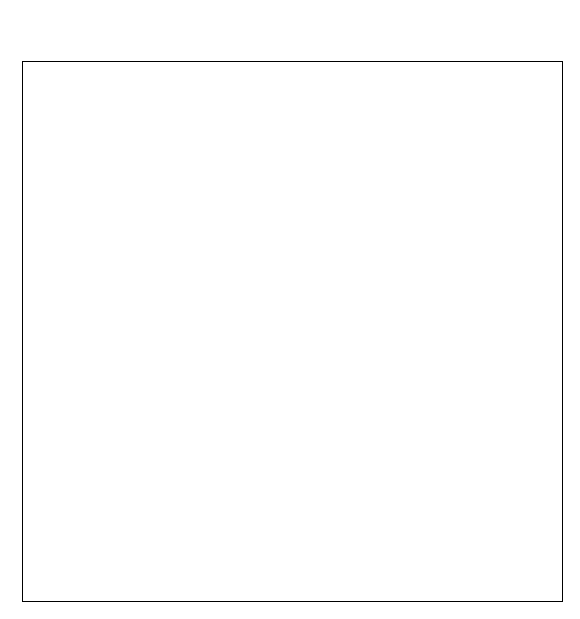
Before: Java并发/FormDataModel.drawio in jethrozz/draw, a draw.io diagram. Source tidied: cells renumbered, new cells numbered last; positions are measured from the earlier drawing's top-left corner, leaving out a move shared by most shapes. Both pictures are drawn from the tidied source at 100%, with x=0, y=0 at pixel (22, 61).
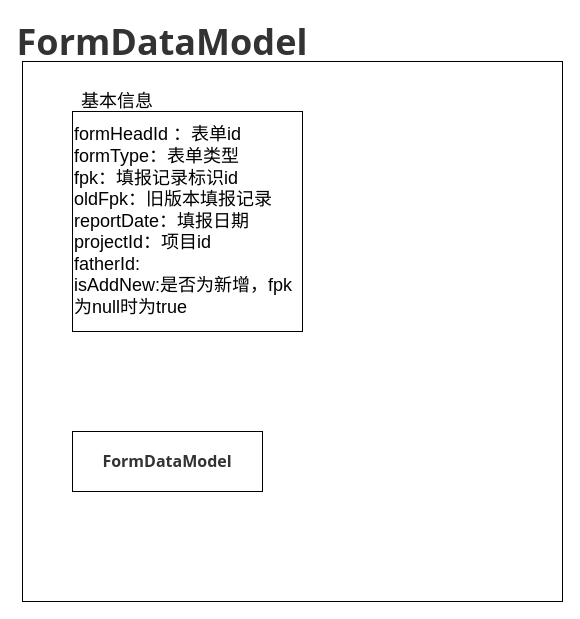
After the change.

Change to the diagram source:
```diff
@@
 <mxGraphModel>
   <root>
     <mxCell id="0" />
     <mxCell id="1" parent="0" />
     <mxCell id="2" style="whiteSpace=wrap;html=1;" parent="1" vertex="1">
       <mxGeometry width="540" height="540" as="geometry" />
     </mxCell>
+    <mxCell id="3" value="&lt;span style=&quot;box-sizing: border-box ; color: rgb(51 , 51 , 51) ; font-family: &amp;#34;open sans&amp;#34; , &amp;#34;clear sans&amp;#34; , &amp;#34;helvetica neue&amp;#34; , &amp;#34;helvetica&amp;#34; , &amp;#34;arial&amp;#34; , sans-serif ; background-color: rgb(255 , 255 , 255)&quot;&gt;&lt;span class=&quot;md-plain&quot; style=&quot;box-sizing: border-box&quot;&gt;&lt;font style=&quot;font-size: 36px&quot;&gt;&lt;b&gt;FormDataModel&lt;/b&gt;&lt;/font&gt;&lt;/span&gt;&lt;/span&gt;" style="text;html=1;strokeColor=none;fillColor=none;align=center;verticalAlign=middle;whiteSpace=wrap;rounded=0;" parent="1" vertex="1">
+      <mxGeometry x="20" y="-30" width="240" height="20" as="geometry" />
+    </mxCell>
+    <mxCell id="4" value="&lt;font style=&quot;font-size: 18px&quot;&gt;formHeadId ：表单id&lt;br&gt;formType：表单类型&lt;br&gt;fpk：填报记录标识id&lt;br&gt;oldFpk：旧版本填报记录&lt;br&gt;reportDate：填报日期&lt;br&gt;projectId：项目id&lt;br&gt;fatherId:&lt;br&gt;isAddNew:是否为新增，fpk为null时为true&lt;/font&gt;" style="rounded=0;whiteSpace=wrap;html=1;align=left;" parent="1" vertex="1">
+      <mxGeometry x="50" y="50" width="230" height="220" as="geometry" />
+    </mxCell>
+    <mxCell id="5" value="&lt;font style=&quot;font-size: 18px&quot;&gt;基本信息&lt;/font&gt;" style="text;html=1;strokeColor=none;fillColor=none;align=center;verticalAlign=middle;whiteSpace=wrap;rounded=0;" parent="1" vertex="1">
+      <mxGeometry x="50" y="30" width="90" height="20" as="geometry" />
+    </mxCell>
+    <mxCell id="6" value="&lt;strong style=&quot;box-sizing: border-box ; color: rgb(51 , 51 , 51) ; font-family: &amp;#34;open sans&amp;#34; , &amp;#34;clear sans&amp;#34; , &amp;#34;helvetica neue&amp;#34; , &amp;#34;helvetica&amp;#34; , &amp;#34;arial&amp;#34; , sans-serif ; font-size: 16px ; background-color: rgb(255 , 255 , 255)&quot;&gt;&lt;span class=&quot;md-plain&quot; style=&quot;box-sizing: border-box&quot;&gt;FormDataModel&lt;/span&gt;&lt;/strong&gt;" style="rounded=0;whiteSpace=wrap;html=1;" parent="1" vertex="1">
+      <mxGeometry x="50" y="370" width="190" height="60" as="geometry" />
+    </mxCell>
   </root>
 </mxGraphModel>
```
